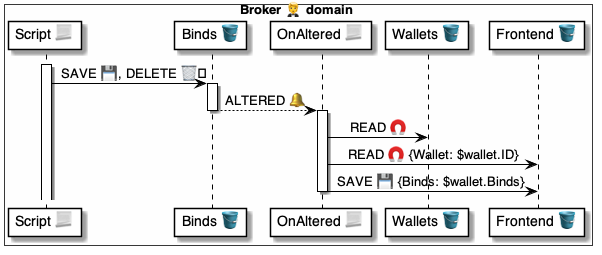
Above: 4 ⚙️ Solution/20 🧑‍🦰 UI/Brokers 🤵/🤵🪣 Broker tables/Binds 🔗 table/🪣🔔 on Altered/🤵 OnBindAltered ⚙️ uml.png in pollyweb-org/pollyweb-docs (PlantUML), before the change. Its source is kept beside it as 4 ⚙️ Solution/20 🧑‍🦰 UI/Brokers 🤵/🤵🪣 Broker tables/Binds 🔗 table/🪣🔔 on Altered/🤵 OnBindAltered ⚙️ uml.puml. Its diagram source:
```plantuml
@startuml OnBindAltered


box Broker 🤵 domain #FFFFFA
    participant "Script 📃" as script
    participant "Binds 🪣" as binds
    participant "OnAltered 📃" as handler
    participant "Wallets 🪣" as wallets
    participant "Frontend 🪣" as frontend
end box


activate script
    script -> binds: SAVE 💾, DELETE 🗑️

activate binds
    binds --> handler: ALTERED 🔔
deactivate binds

activate handler
    handler -> wallets: READ 🧲
    handler -> frontend: READ 🧲 {Wallet: $wallet.ID}
    handler -> frontend: SAVE 💾 {Binds: $wallet.Binds}
deactivate handler

@enduml
```
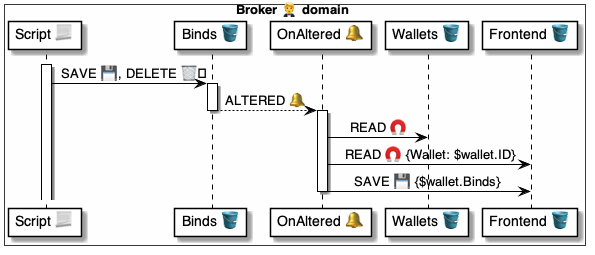
After the commit.

What changed in the source:
```diff
@@ -4,7 +4,7 @@
 box Broker 🤵 domain #FFFFFA
     participant "Script 📃" as script
     participant "Binds 🪣" as binds
-    participant "OnAltered 📃" as handler
+    participant "OnAltered 🔔" as handler
     participant "Wallets 🪣" as wallets
     participant "Frontend 🪣" as frontend
 end box
@@ -20,7 +20,7 @@
 activate handler
     handler -> wallets: READ 🧲
     handler -> frontend: READ 🧲 {Wallet: $wallet.ID}
-    handler -> frontend: SAVE 💾 {Binds: $wallet.Binds}
+    handler -> frontend: SAVE 💾 {$wallet.Binds}
 deactivate handler
 
 @enduml
```
